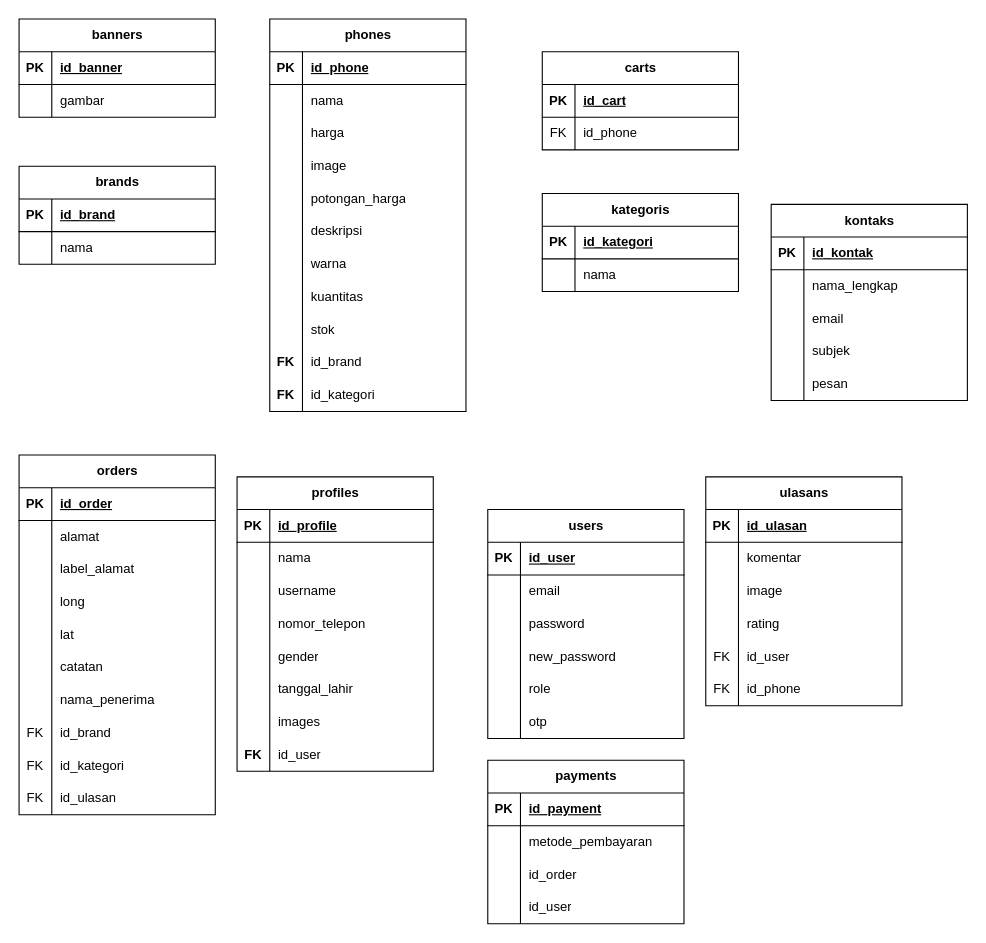
Before: struktur database.drawio in nandanazadaa/phoneku, a draw.io diagram. Source tidied: cells renumbered, new cells numbered last; positions are measured from the earlier drawing's top-left corner, leaving out a move shared by most shapes. Both pictures are drawn from the tidied source at 109%, with x=0, y=0 at pixel (19, 19).
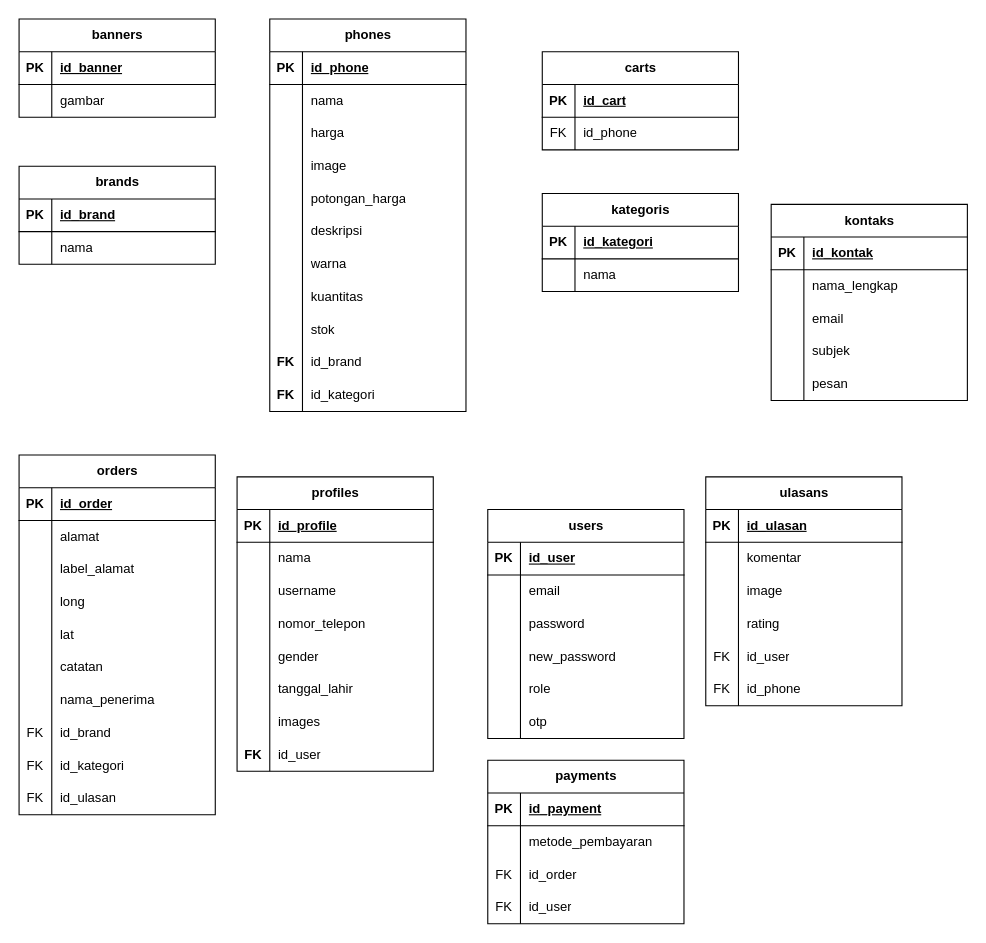
After the change.

The change refers to these unchanged cells:
```xml
<mxCell id="184" style="shape=tableRow;horizontal=0;startSize=0;swimlaneHead=0;swimlaneBody=0;fillColor=none;top=0;left=0;right=0;bottom=0;" parent="177" vertex="1">
  <mxGeometry y="90" width="180" height="30" as="geometry" />
</mxCell>
<mxCell id="187" style="shape=tableRow;horizontal=0;startSize=0;swimlaneHead=0;swimlaneBody=0;fillColor=none;top=0;left=0;right=0;bottom=0;" parent="177" vertex="1">
  <mxGeometry y="120" width="180" height="30" as="geometry" />
</mxCell>
```

The edit, as a diff of the source:
```diff
@@
-    <mxCell id="185" style="shape=partialRectangle;fillColor=none;top=0;left=0;bottom=0;right=0;overflow=hidden;whiteSpace=wrap;html=1;" parent="184" vertex="1">
+    <mxCell id="185" value="FK" style="shape=partialRectangle;fillColor=none;top=0;left=0;bottom=0;right=0;overflow=hidden;whiteSpace=wrap;html=1;" parent="184" vertex="1">
       <mxGeometry width="30" height="30" as="geometry" />
     </mxCell>
@@
-    <mxCell id="188" style="shape=partialRectangle;fillColor=none;top=0;left=0;bottom=0;right=0;overflow=hidden;whiteSpace=wrap;html=1;" parent="187" vertex="1">
+    <mxCell id="188" value="FK" style="shape=partialRectangle;fillColor=none;top=0;left=0;bottom=0;right=0;overflow=hidden;whiteSpace=wrap;html=1;" parent="187" vertex="1">
       <mxGeometry width="30" height="30" as="geometry" />
     </mxCell>
```
